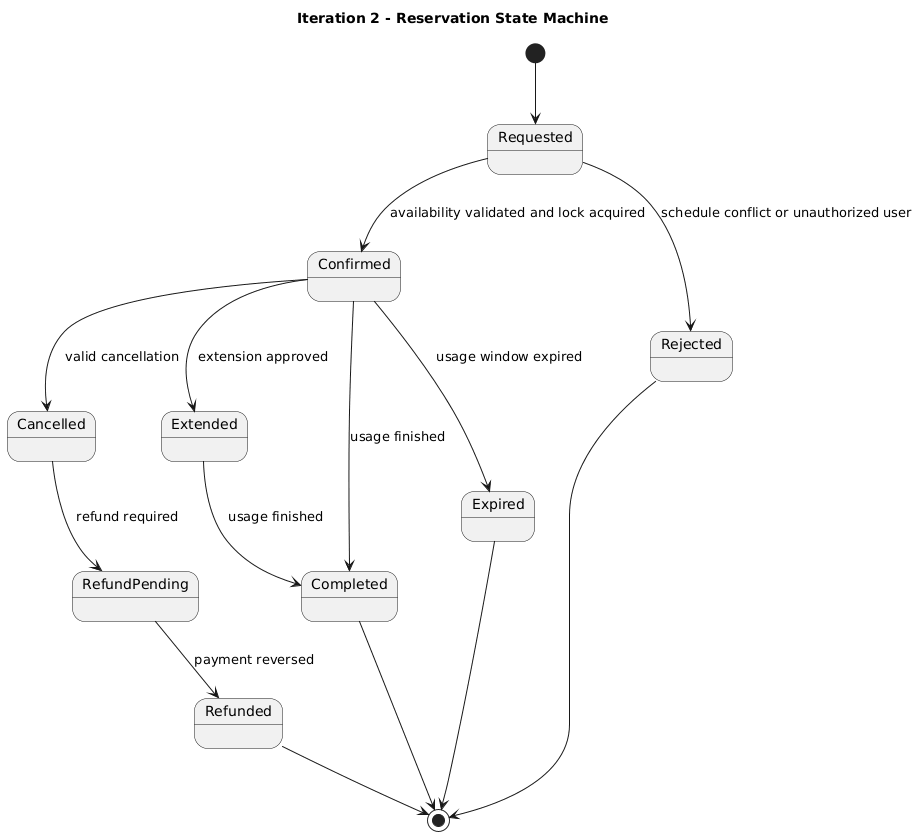
Earlier version of the PlantUML export assets/iter2/ReservationStateMachine.png (1ASI0657-2610-17949-ParkLink/ParkLink-Report).
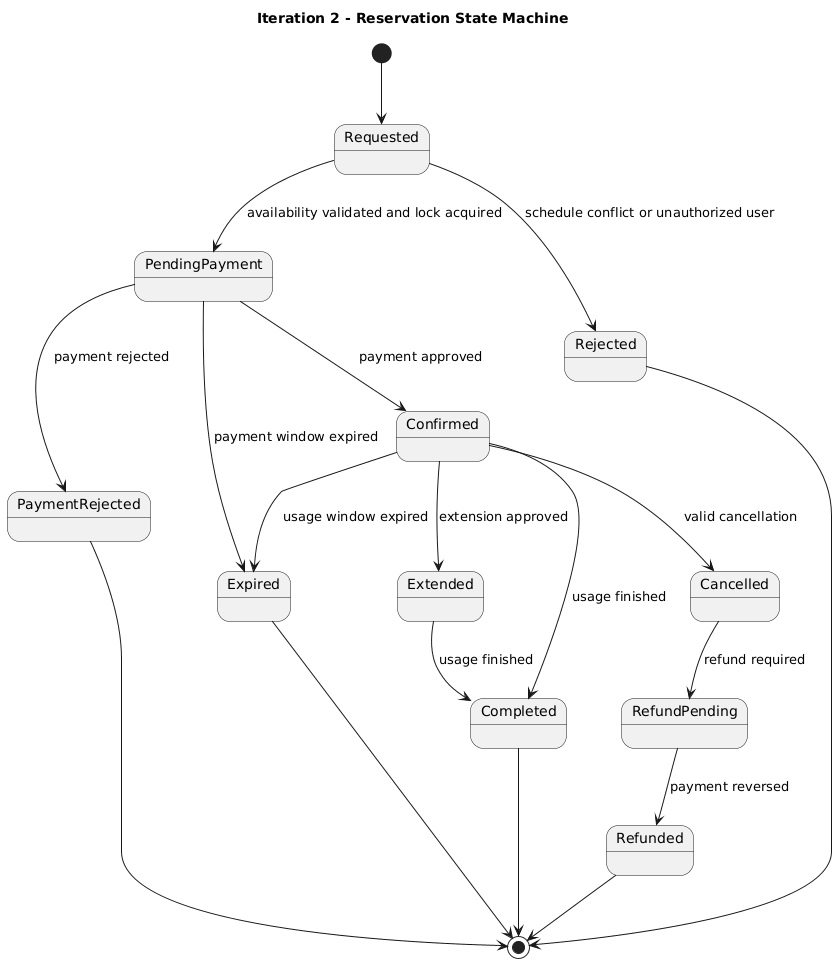
After the change.

What changed in the source:
```diff
@@ -1,8 +1,11 @@
 @startuml
 title Iteration 2 - Reservation State Machine
 [*] --> Requested
-Requested --> Confirmed : availability validated and lock acquired
+Requested --> PendingPayment : availability validated and lock acquired
 Requested --> Rejected : schedule conflict or unauthorized user
+PendingPayment --> Confirmed : payment approved
+PendingPayment --> PaymentRejected : payment rejected
+PendingPayment --> Expired : payment window expired
 Confirmed --> Cancelled : valid cancellation
 Confirmed --> Extended : extension approved
 Extended --> Completed : usage finished
@@ -10,6 +13,7 @@
 Confirmed --> Expired : usage window expired
 Cancelled --> RefundPending : refund required
 RefundPending --> Refunded : payment reversed
+PaymentRejected --> [*]
 Rejected --> [*]
 Completed --> [*]
 Expired --> [*]
```
